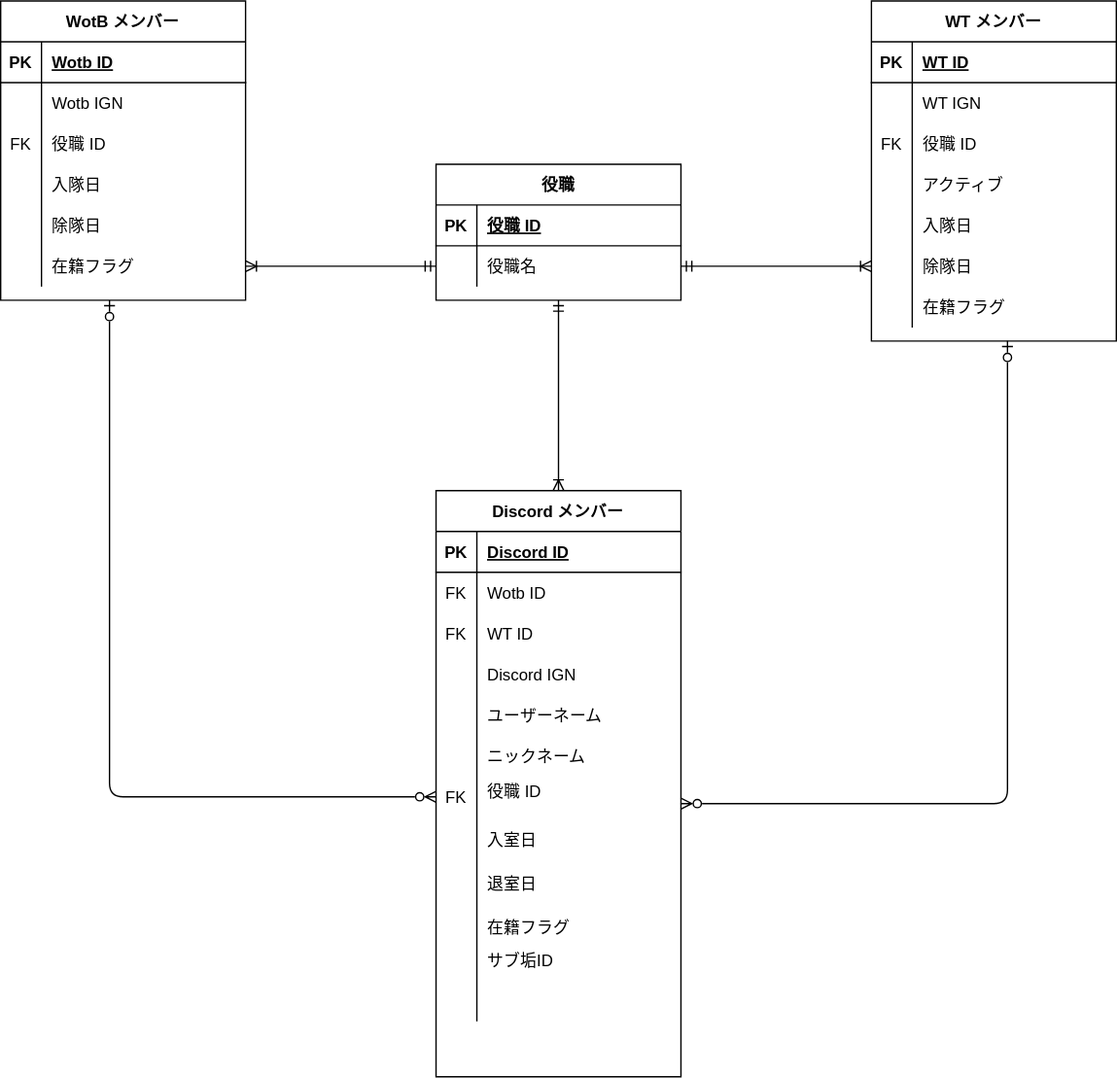
Earlier version of the draw.io export doc/DB-Ronri.drawio.svg (otazero/ClanManagementDiscordBot). Source tidied: cells renumbered, new cells last; positions are measured from the earlier drawing's top-left corner, leaving out a move shared by most shapes.
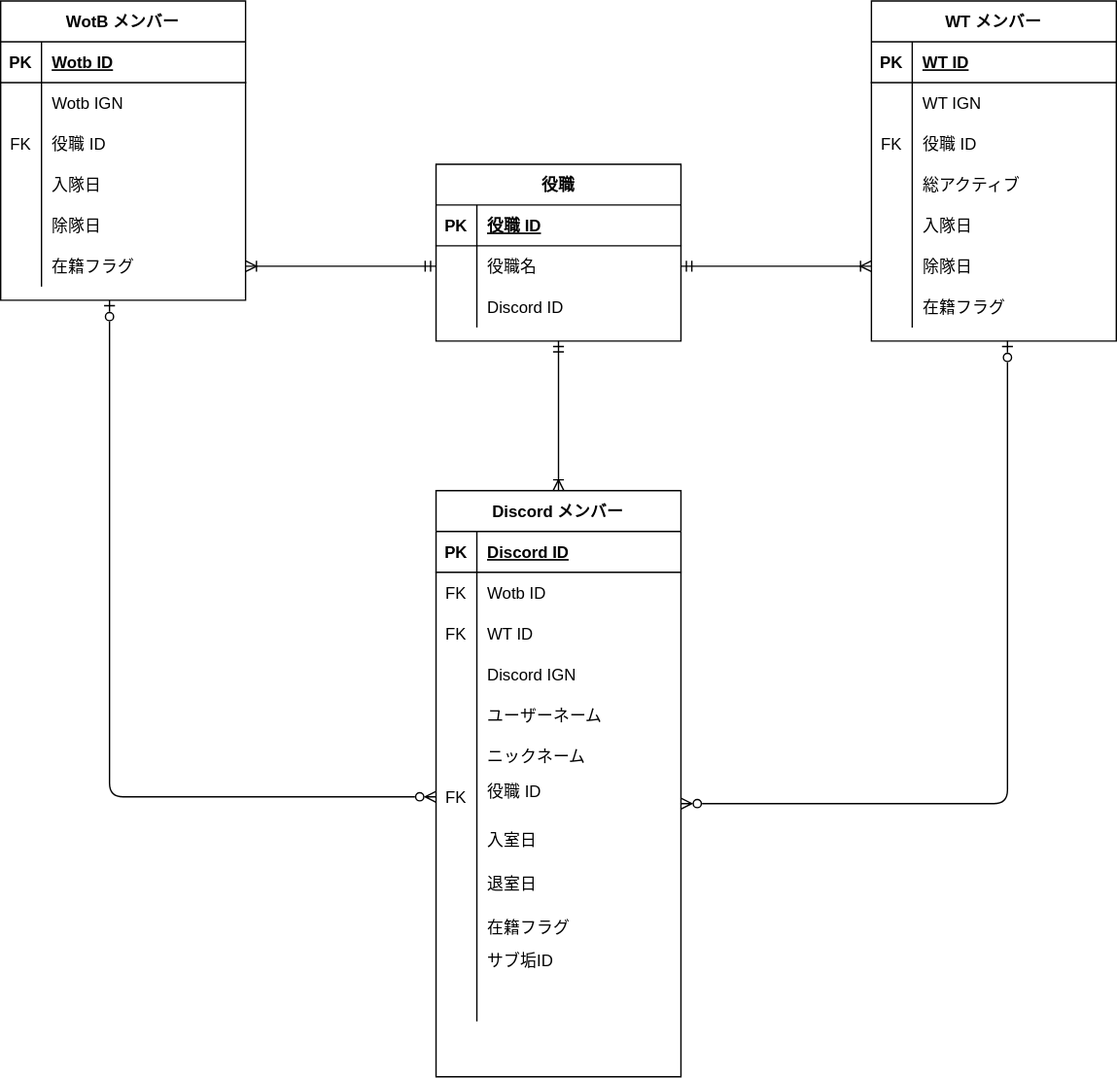
The same file after the commit.

What changed in the source:
```diff
@@ -95,7 +95,7 @@
     <mxCell id="32" style="shape=partialRectangle;fillColor=none;top=0;left=0;bottom=0;right=0;overflow=hidden;" parent="31" vertex="1">
       <mxGeometry width="30" height="30" as="geometry" />
     </mxCell>
-    <mxCell id="33" value="アクティブ" style="shape=partialRectangle;fillColor=none;top=0;left=0;bottom=0;right=0;align=left;spacingLeft=6;overflow=hidden;" parent="31" vertex="1">
+    <mxCell id="33" value="総アクティブ" style="shape=partialRectangle;fillColor=none;top=0;left=0;bottom=0;right=0;align=left;spacingLeft=6;overflow=hidden;" parent="31" vertex="1">
       <mxGeometry x="30" width="150" height="30" as="geometry" />
     </mxCell>
     <mxCell id="34" style="shape=partialRectangle;fillColor=none;top=0;left=0;bottom=0;right=0;" parent="21" vertex="1">
@@ -129,7 +129,7 @@
       <mxGeometry relative="1" as="geometry" />
     </mxCell>
     <mxCell id="44" value="役職" style="shape=table;startSize=30;rowLines=0;fontStyle=1;align=center;" parent="1" vertex="1">
-      <mxGeometry x="320" y="120" width="180" height="100" as="geometry" />
+      <mxGeometry x="320" y="120" width="180" height="130" as="geometry" />
     </mxCell>
     <mxCell id="45" style="shape=partialRectangle;fillColor=none;top=0;left=0;bottom=1;right=0;" parent="44" vertex="1">
       <mxGeometry y="30" width="180" height="30" as="geometry" />
@@ -149,6 +149,15 @@
     <mxCell id="50" value="役職名" style="shape=partialRectangle;fillColor=none;top=0;left=0;bottom=0;right=0;align=left;spacingLeft=6;overflow=hidden;" parent="48" vertex="1">
       <mxGeometry x="30" width="150" height="30" as="geometry" />
     </mxCell>
+    <mxCell id="100" style="shape=partialRectangle;fillColor=none;top=0;left=0;bottom=0;right=0;" parent="44" vertex="1">
+      <mxGeometry y="90" width="180" height="30" as="geometry" />
+    </mxCell>
+    <mxCell id="101" style="shape=partialRectangle;fillColor=none;top=0;left=0;bottom=0;right=0;overflow=hidden;" parent="100" vertex="1">
+      <mxGeometry width="30" height="30" as="geometry" />
+    </mxCell>
+    <mxCell id="102" value="Discord ID" style="shape=partialRectangle;fillColor=none;top=0;left=0;bottom=0;right=0;align=left;spacingLeft=6;overflow=hidden;" parent="100" vertex="1">
+      <mxGeometry x="30" width="150" height="30" as="geometry" />
+    </mxCell>
     <mxCell id="51" style="group;" parent="1" vertex="1">
       <mxGeometry x="320" y="360" width="180" height="430.8" as="geometry" />
     </mxCell>
```
